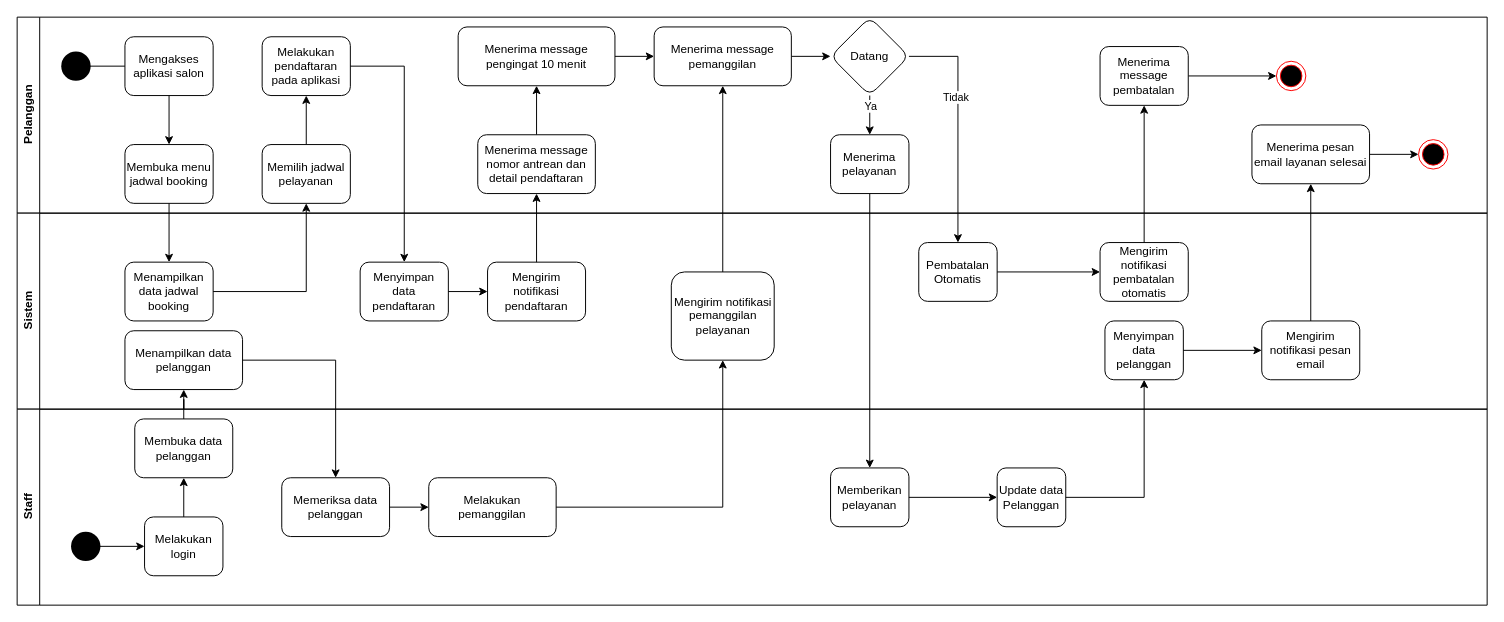
The draw.io diagram probis yurika.drawio in zulzunman/joki, before the edit. Source tidied: cells renumbered, new cells numbered last; positions are measured from the earlier drawing's top-left corner, leaving out a move shared by most shapes. Both pictures are drawn from the tidied source at 98%, with x=0, y=0 at pixel (17, 17).
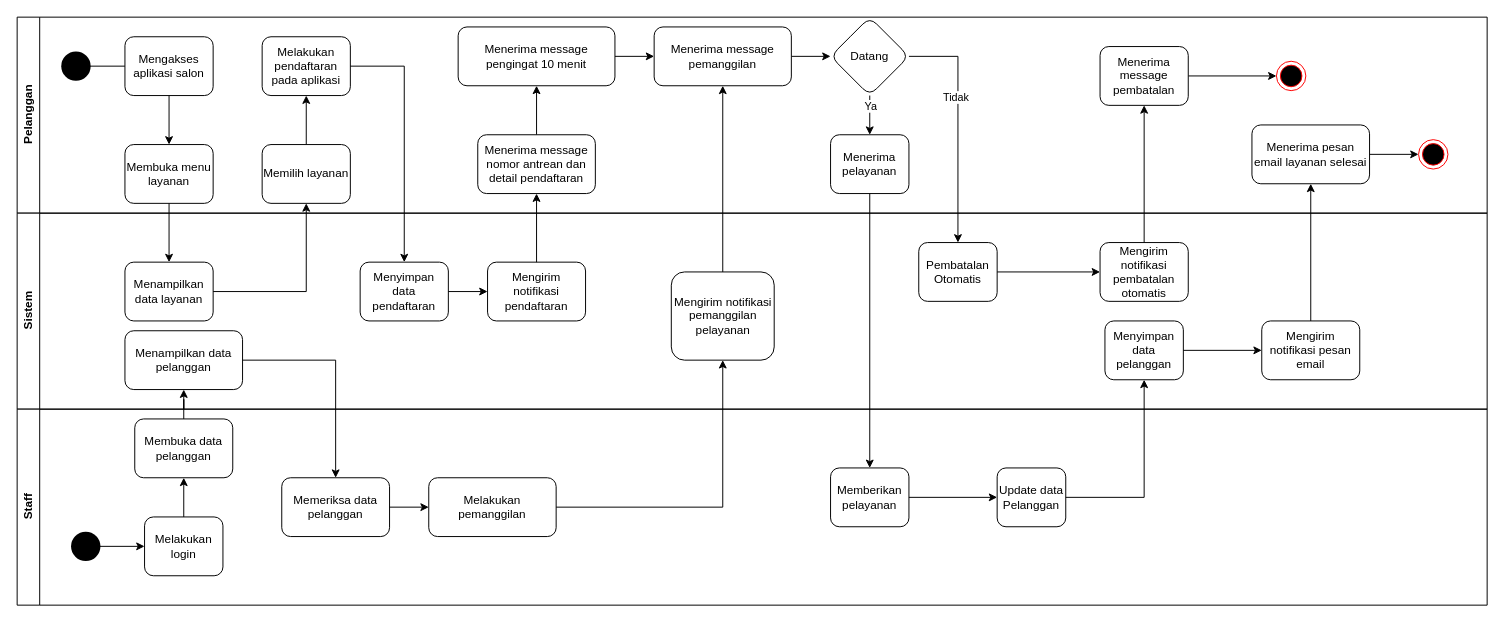
After the change.

The change refers to these unchanged cells:
```xml
<mxCell id="2" value="Pelanggan" style="swimlane;horizontal=0;whiteSpace=wrap;html=1;" parent="1" vertex="1">
  <mxGeometry width="1500" height="200" as="geometry" />
</mxCell>
<mxCell id="39" value="&lt;div&gt;Sistem&lt;/div&gt;" style="swimlane;horizontal=0;whiteSpace=wrap;html=1;" parent="1" vertex="1">
  <mxGeometry y="200" width="1500" height="200" as="geometry" />
</mxCell>
```

Diff of the diagram source:
```diff
@@
-    <mxCell id="16" value="Membuka menu jadwal booking" style="whiteSpace=wrap;html=1;rounded=1;" parent="2" vertex="1">
+    <mxCell id="16" value="Membuka menu layanan" style="whiteSpace=wrap;html=1;rounded=1;" parent="2" vertex="1">
       <mxGeometry x="110" y="130" width="90" height="60" as="geometry" />
     </mxCell>
@@
-    <mxCell id="19" value="Memilih jadwal pelayanan" style="whiteSpace=wrap;html=1;rounded=1;" parent="2" vertex="1">
+    <mxCell id="19" value="Memilih layanan" style="whiteSpace=wrap;html=1;rounded=1;" parent="2" vertex="1">
       <mxGeometry x="250" y="130" width="90" height="60" as="geometry" />
     </mxCell>
@@
-    <mxCell id="40" value="Menampilkan data jadwal booking" style="whiteSpace=wrap;html=1;rounded=1;" parent="39" vertex="1">
+    <mxCell id="40" value="Menampilkan data layanan" style="whiteSpace=wrap;html=1;rounded=1;" parent="39" vertex="1">
       <mxGeometry x="110" y="50" width="90" height="60" as="geometry" />
     </mxCell>
```
